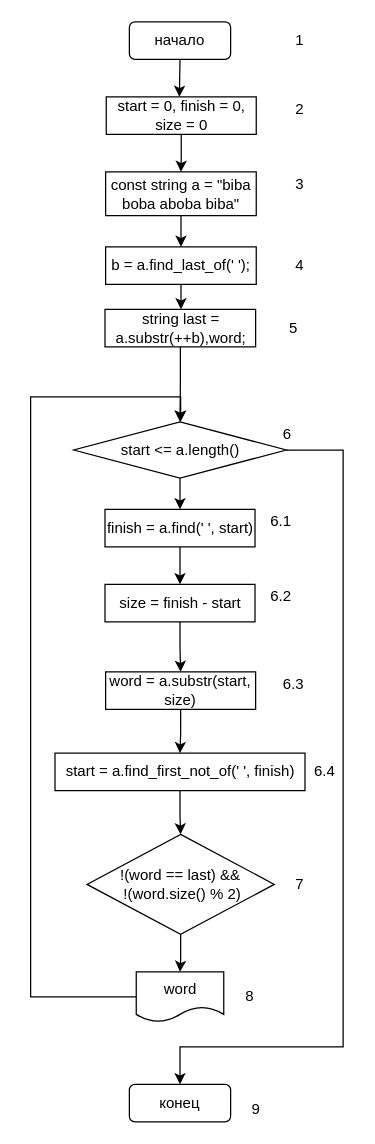
The draw.io diagram 9/9.2(9).drawio in klep1koff/lifeishard, before the edit. Source tidied: cells renumbered, new cells numbered last; positions are measured from the earlier drawing's top-left corner, leaving out a move shared by most shapes. Both pictures are drawn from the tidied source at 125%, with x=0, y=0 at pixel (30, 21).
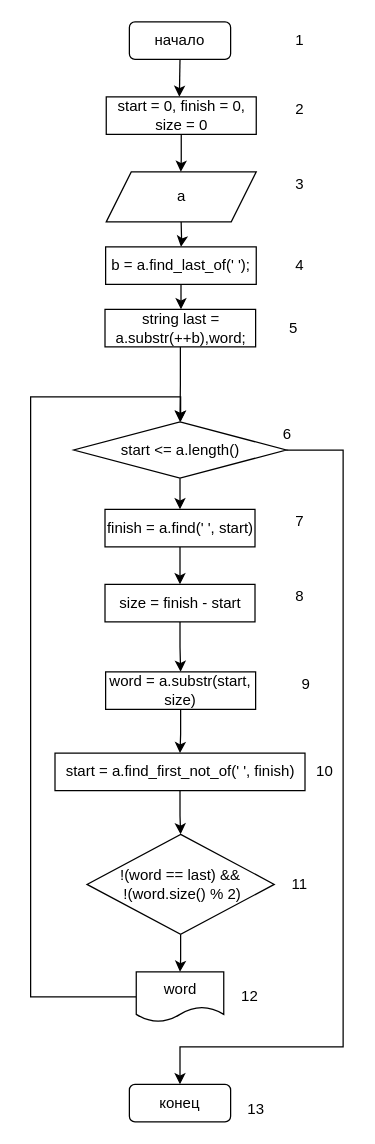
After the change.

The change refers to these unchanged cells:
```xml
<mxCell id="8" value="b = a.find_last_of(' ');" style="rounded=0;whiteSpace=wrap;html=1;" parent="1" vertex="1">
  <mxGeometry x="60" y="180" width="120.5" height="30" as="geometry" />
</mxCell>
<mxCell id="40" value="start = 0, finish = 0, size = 0" style="whiteSpace=wrap;html=1;" parent="1" vertex="1">
  <mxGeometry x="60.5" y="60" width="120" height="30" as="geometry" />
</mxCell>
```

Change to the diagram source:
```diff
@@
-    <mxCell id="5" style="edgeStyle=orthogonalEdgeStyle;rounded=0;jettySize=auto;html=1;" parent="1" edge="1" source="6" target="8">
-      <mxGeometry relative="1" as="geometry" />
+    <mxCell id="5" style="edgeStyle=orthogonalEdgeStyle;rounded=0;jettySize=auto;html=1;" parent="1" edge="1" target="8">
+      <mxGeometry relative="1" as="geometry">
+        <mxPoint x="120.3" y="155" as="sourcePoint" />
+      </mxGeometry>
     </mxCell>
-    <mxCell id="6" value="const string a = &quot;biba boba aboba biba&quot;" style="rounded=0;whiteSpace=wrap;html=1;" parent="1" vertex="1">
-      <mxGeometry x="60" y="120" width="120.5" height="35" as="geometry" />
-    </mxCell>
@@
     <mxCell id="29" value="3" style="text;html=1;align=center;verticalAlign=middle;strokeColor=none;fillColor=none;" parent="1" vertex="1">
-      <mxGeometry x="205" y="120" width="20" height="20" as="geometry" />
+      <mxGeometry x="204.5" y="120" width="20" height="20" as="geometry" />
     </mxCell>
@@
-    <mxCell id="32" value="6.1" style="text;html=1;align=center;verticalAlign=middle;strokeColor=none;fillColor=none;" parent="1" vertex="1">
-      <mxGeometry x="185" y="390" width="30" height="20" as="geometry" />
+    <mxCell id="32" value="7" style="text;html=1;align=center;verticalAlign=middle;strokeColor=none;fillColor=none;" parent="1" vertex="1">
+      <mxGeometry x="205" y="390" width="20" height="20" as="geometry" />
     </mxCell>
-    <mxCell id="33" value="6.2" style="text;html=1;align=center;verticalAlign=middle;strokeColor=none;fillColor=none;" parent="1" vertex="1">
-      <mxGeometry x="185" y="450" width="30" height="20" as="geometry" />
+    <mxCell id="33" value="8" style="text;html=1;align=center;verticalAlign=middle;strokeColor=none;fillColor=none;" parent="1" vertex="1">
+      <mxGeometry x="204.5" y="450" width="20" height="20" as="geometry" />
     </mxCell>
-    <mxCell id="34" value="6.3" style="text;html=1;align=center;verticalAlign=middle;strokeColor=none;fillColor=none;" parent="1" vertex="1">
-      <mxGeometry x="195" y="520" width="30" height="20" as="geometry" />
+    <mxCell id="34" value="9" style="text;html=1;align=center;verticalAlign=middle;strokeColor=none;fillColor=none;" parent="1" vertex="1">
+      <mxGeometry x="209.5" y="520" width="20" height="20" as="geometry" />
     </mxCell>
-    <mxCell id="35" value="6.4" style="text;html=1;align=center;verticalAlign=middle;strokeColor=none;fillColor=none;" parent="1" vertex="1">
+    <mxCell id="35" value="10" style="text;html=1;align=center;verticalAlign=middle;strokeColor=none;fillColor=none;" parent="1" vertex="1">
       <mxGeometry x="220" y="590" width="30" height="20" as="geometry" />
     </mxCell>
@@
-    <mxCell id="37" value="7" style="text;html=1;align=center;verticalAlign=middle;strokeColor=none;fillColor=none;" parent="1" vertex="1">
-      <mxGeometry x="204.5" y="680" width="20" height="20" as="geometry" />
+    <mxCell id="37" value="11" style="text;html=1;align=center;verticalAlign=middle;strokeColor=none;fillColor=none;" parent="1" vertex="1">
+      <mxGeometry x="199.5" y="680" width="30" height="20" as="geometry" />
     </mxCell>
-    <mxCell id="38" value="8" style="text;html=1;align=center;verticalAlign=middle;strokeColor=none;fillColor=none;" parent="1" vertex="1">
-      <mxGeometry x="165" y="770" width="20" height="20" as="geometry" />
+    <mxCell id="38" value="12" style="text;html=1;align=center;verticalAlign=middle;strokeColor=none;fillColor=none;" parent="1" vertex="1">
+      <mxGeometry x="160" y="770" width="30" height="20" as="geometry" />
     </mxCell>
-    <mxCell id="39" style="edgeStyle=orthogonalEdgeStyle;rounded=0;jettySize=auto;html=1;entryX=0.5;entryY=0;entryDx=0;entryDy=0;" parent="1" edge="1" source="40" target="6">
-      <mxGeometry relative="1" as="geometry" />
+    <mxCell id="39" style="edgeStyle=orthogonalEdgeStyle;rounded=0;jettySize=auto;html=1;entryX=0.5;entryY=0;entryDx=0;entryDy=0;" parent="1" edge="1" source="40">
+      <mxGeometry relative="1" as="geometry">
+        <mxPoint x="120.2" y="120" as="targetPoint" />
+      </mxGeometry>
     </mxCell>
@@
-    <mxCell id="41" value="9" style="text;html=1;align=center;verticalAlign=middle;strokeColor=none;fillColor=none;" parent="1" vertex="1">
-      <mxGeometry x="170" y="860" width="20" height="20" as="geometry" />
+    <mxCell id="41" value="13" style="text;html=1;align=center;verticalAlign=middle;strokeColor=none;fillColor=none;" parent="1" vertex="1">
+      <mxGeometry x="165" y="860" width="30" height="20" as="geometry" />
     </mxCell>
+    <mxCell id="42" value="a" style="shape=parallelogram;perimeter=parallelogramPerimeter;whiteSpace=wrap;html=1;fixedSize=1;" parent="1" vertex="1">
+      <mxGeometry x="60.5" y="120" width="120" height="40" as="geometry" />
+    </mxCell>
```
